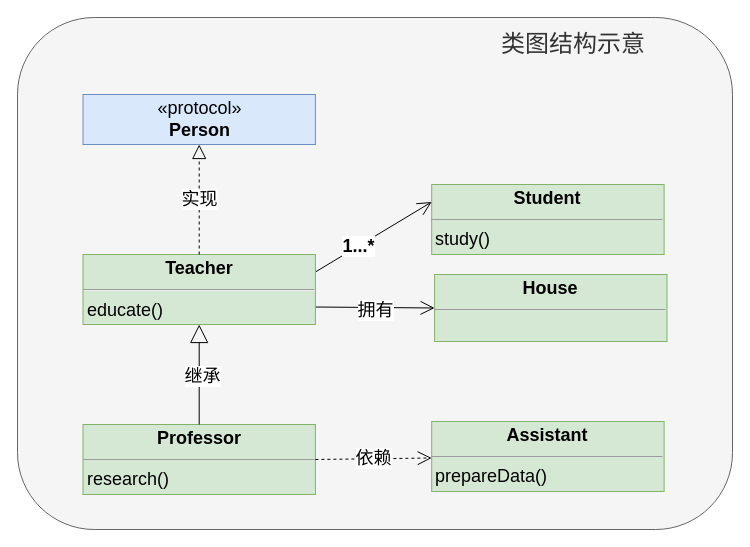
Earlier version of the draw.io diagram page "ClassDiagram" (1 of 4) of OrzSwiftDP.drawio (OrzGeeker/OrzDP). Source tidied: cells renumbered, new cells numbered last; positions are measured from the earlier drawing's top-left corner, leaving out a move shared by most shapes. Both pictures are drawn from the tidied source at 100%, with x=0, y=0 at pixel (17, 17).
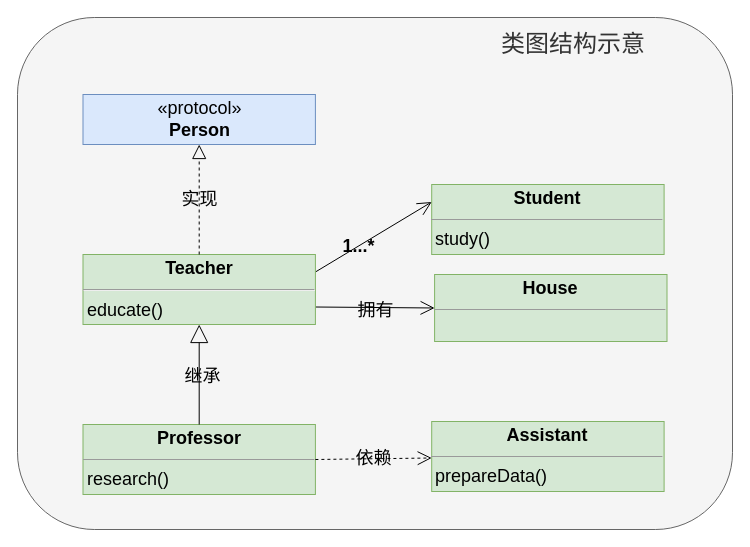
After the change.

The change refers to these unchanged cells:
```xml
<mxCell id="4" style="group;" parent="2" vertex="1">
  <mxGeometry x="65.5" y="77" width="584" height="400" as="geometry" />
</mxCell>
<mxCell id="6" style="endArrow=open;endFill=1;endSize=12;html=1;entryX=0;entryY=0.5;entryDx=0;entryDy=0;exitX=1;exitY=0.75;exitDx=0;exitDy=0;" parent="4" edge="1" source="12" target="5">
  <mxGeometry relative="1" as="geometry" />
</mxCell>
<mxCell id="9" style="endArrow=open;endFill=1;endSize=12;html=1;entryX=0;entryY=0.25;entryDx=0;entryDy=0;exitX=1;exitY=0.25;exitDx=0;exitDy=0;" parent="4" edge="1" source="12" target="8">
  <mxGeometry relative="1" as="geometry" />
</mxCell>
<mxCell id="11" value="&lt;p style=&quot;margin: 4px 0px 0px ; text-align: center ; font-size: 18px&quot;&gt;&lt;b&gt;&lt;font style=&quot;font-size: 18px&quot;&gt;Professor&lt;/font&gt;&lt;/b&gt;&lt;/p&gt;&lt;hr size=&quot;1&quot; style=&quot;font-size: 18px&quot;&gt;&lt;p style=&quot;margin: 0px 0px 0px 4px ; font-size: 18px&quot;&gt;research()&lt;/p&gt;" style="verticalAlign=top;align=left;overflow=fill;fontSize=12;fontFamily=Helvetica;html=1;fillColor=#d5e8d4;strokeColor=#82b366;" parent="4" vertex="1">
  <mxGeometry y="330" width="232.4" height="70" as="geometry" />
</mxCell>
<mxCell id="12" value="&lt;p style=&quot;margin: 4px 0px 0px ; text-align: center ; font-size: 18px&quot;&gt;&lt;b style=&quot;font-size: 18px&quot;&gt;Teacher&lt;/b&gt;&lt;/p&gt;&lt;hr style=&quot;font-size: 18px&quot;&gt;&lt;p style=&quot;margin: 0px 0px 0px 4px ; font-size: 18px&quot;&gt;educate()&lt;/p&gt;" style="verticalAlign=top;align=left;overflow=fill;fontSize=18;fontFamily=Helvetica;html=1;fillColor=#d5e8d4;strokeColor=#82b366;" parent="4" vertex="1">
  <mxGeometry y="160" width="232.4" height="70" as="geometry" />
</mxCell>
<mxCell id="13" style="endArrow=block;endSize=16;endFill=0;html=1;entryX=0.5;entryY=1;entryDx=0;entryDy=0;exitX=0.5;exitY=0;exitDx=0;exitDy=0;" parent="4" edge="1" source="11" target="12">
  <mxGeometry relative="1" as="geometry" />
</mxCell>
<mxCell id="15" value="&lt;font style=&quot;font-size: 18px&quot;&gt;«protocol»&lt;br&gt;&lt;b&gt;Person&lt;/b&gt;&lt;/font&gt;" style="html=1;fillColor=#dae8fc;strokeColor=#6c8ebf;" parent="4" vertex="1">
  <mxGeometry width="232.4" height="50" as="geometry" />
</mxCell>
<mxCell id="17" value="&lt;p style=&quot;margin: 4px 0px 0px ; text-align: center&quot;&gt;&lt;span style=&quot;font-size: 18px&quot;&gt;&lt;b&gt;Assistant&lt;/b&gt;&lt;/span&gt;&lt;br&gt;&lt;/p&gt;&lt;hr size=&quot;1&quot; style=&quot;font-size: 18px&quot;&gt;&lt;p style=&quot;margin: 0px 0px 0px 4px ; font-size: 18px&quot;&gt;prepareData()&lt;/p&gt;" style="verticalAlign=top;align=left;overflow=fill;fontSize=12;fontFamily=Helvetica;html=1;fillColor=#d5e8d4;strokeColor=#82b366;" parent="4" vertex="1">
  <mxGeometry x="348.7" y="327" width="232.4" height="70" as="geometry" />
</mxCell>
```

The edit, as a diff of the source:
```diff
@@
-    <mxCell id="7" value="拥有" style="edgeLabel;html=1;align=center;verticalAlign=middle;fontSize=18;" parent="6" vertex="1">
+    <mxCell id="7" value="拥有" style="edgeLabel;html=1;align=center;verticalAlign=middle;fontSize=18;labelBackgroundColor=none;" parent="6" vertex="1">
       <mxGeometry y="-1" relative="1" as="geometry">
         <mxPoint y="1" as="offset" />
       </mxGeometry>
     </mxCell>
@@
-    <mxCell id="10" value="&lt;font style=&quot;font-size: 18px&quot;&gt;&lt;b&gt;1...*&lt;/b&gt;&lt;/font&gt;" style="edgeLabel;html=1;align=center;verticalAlign=middle;" parent="9" vertex="1">
+    <mxCell id="10" value="&lt;font style=&quot;font-size: 18px&quot;&gt;&lt;b&gt;1...*&lt;/b&gt;&lt;/font&gt;" style="edgeLabel;html=1;align=center;verticalAlign=middle;labelBackgroundColor=none;" parent="9" vertex="1">
       <mxGeometry x="-0.27" relative="1" as="geometry" />
     </mxCell>
@@
-    <mxCell id="14" value="继承" style="edgeLabel;html=1;align=center;verticalAlign=middle;fontSize=18;" parent="13" vertex="1">
+    <mxCell id="14" value="继承" style="edgeLabel;html=1;align=center;verticalAlign=middle;fontSize=18;labelBackgroundColor=none;" parent="13" vertex="1">
       <mxGeometry x="-0.03" y="-3" relative="1" as="geometry" />
     </mxCell>
@@
-    <mxCell id="16" value="&lt;font style=&quot;font-size: 18px&quot;&gt;实现&lt;/font&gt;" style="endArrow=block;dashed=1;endFill=0;endSize=12;html=1;exitX=0.5;exitY=0;exitDx=0;exitDy=0;" parent="4" edge="1" source="12" target="15">
+    <mxCell id="16" value="&lt;font style=&quot;font-size: 18px&quot;&gt;实现&lt;/font&gt;" style="endArrow=block;dashed=1;endFill=0;endSize=12;html=1;exitX=0.5;exitY=0;exitDx=0;exitDy=0;labelBackgroundColor=none;" parent="4" edge="1" source="12" target="15">
       <mxGeometry relative="1" as="geometry" />
     </mxCell>
@@
-    <mxCell id="18" value="依赖" style="endArrow=open;endSize=12;dashed=1;html=1;fontSize=18;exitX=1;exitY=0.5;exitDx=0;exitDy=0;" parent="4" edge="1" source="11" target="17">
+    <mxCell id="18" value="依赖" style="endArrow=open;endSize=12;dashed=1;html=1;fontSize=18;exitX=1;exitY=0.5;exitDx=0;exitDy=0;labelBackgroundColor=none;" parent="4" edge="1" source="11" target="17">
       <mxGeometry relative="1" as="geometry" />
     </mxCell>
```
